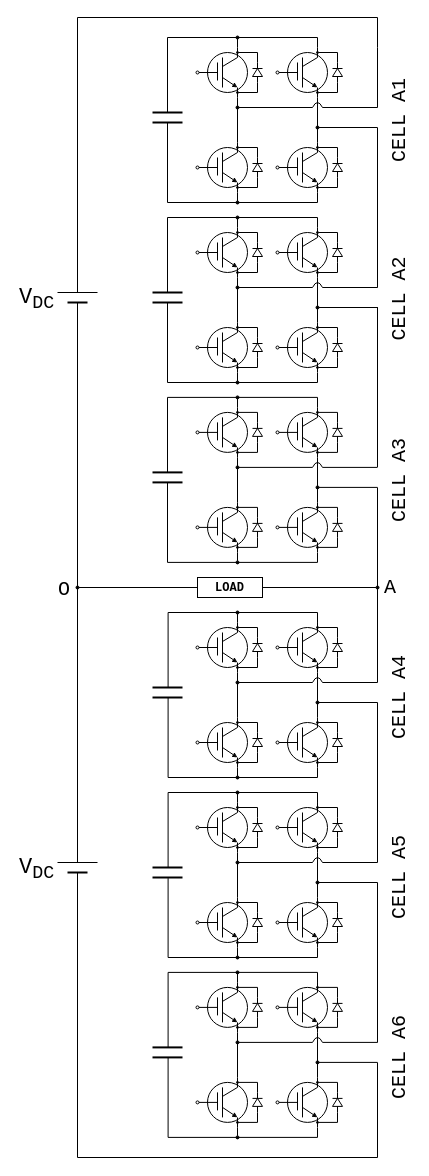
Above: 1PH_MMC_1LEG_v1.drawio in thece36/drawio (draw.io), before the change. Source tidied: cells renumbered, new cells numbered last; positions are measured from the earlier drawing's top-left corner, leaving out a move shared by most shapes. Both pictures are drawn from the tidied source at 100%, with x=0, y=0 at pixel (17, 17).
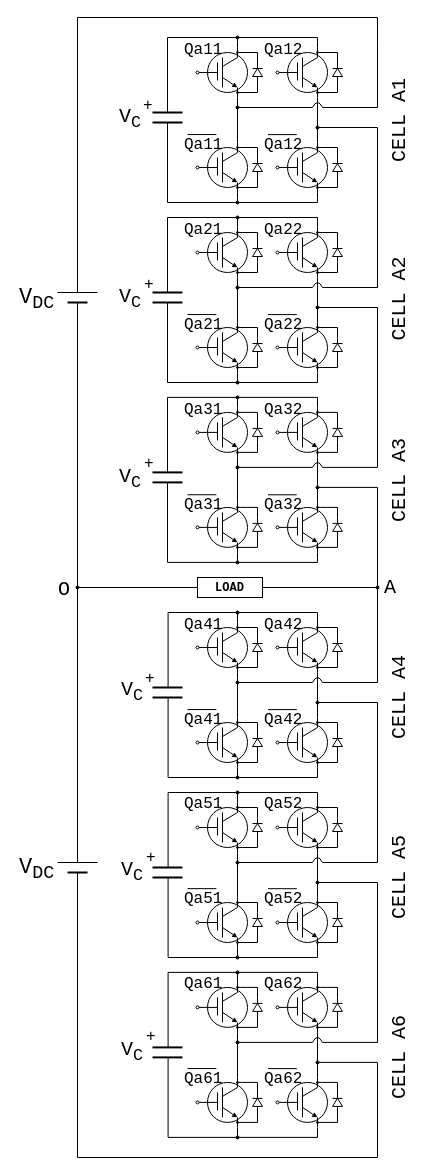
After the change.

The change refers to these unchanged cells:
```xml
<mxCell id="166" style="group;" parent="1" vertex="1">
  <mxGeometry x="260" y="484.9" width="65" height="50" as="geometry" />
</mxCell>
<mxCell id="226" style="group;" parent="1" vertex="1">
  <mxGeometry x="260" y="700" width="65" height="50" as="geometry" />
</mxCell>
```

Diff of the diagram source:
```diff
@@
-    <mxCell id="34" style="group;" parent="1" vertex="1">
-      <mxGeometry x="260" y="30" width="65" height="50" as="geometry" />
-    </mxCell>
-    <mxCell id="35" style="edgeStyle=orthogonalEdgeStyle;rounded=0;jettySize=auto;html=1;exitX=1;exitY=0.5;exitDx=0;exitDy=0;exitPerimeter=0;startArrow=none;startFill=0;startSize=3;endArrow=oval;endFill=1;endSize=2;fontSize=56;" parent="34" edge="1" source="37">
-      <mxGeometry relative="1" as="geometry">
-        <mxPoint x="40" y="5" as="targetPoint" />
-        <Array as="points">
-          <mxPoint x="60" y="5" />
-        </Array>
-      </mxGeometry>
-    </mxCell>
-    <mxCell id="36" style="edgeStyle=orthogonalEdgeStyle;rounded=0;jettySize=auto;html=1;exitX=0;exitY=0.5;exitDx=0;exitDy=0;exitPerimeter=0;startArrow=none;startFill=0;startSize=3;endArrow=oval;endFill=1;endSize=2;fontSize=56;" parent="34" edge="1" source="37">
-      <mxGeometry relative="1" as="geometry">
-        <mxPoint x="40" y="45" as="targetPoint" />
-        <Array as="points">
-          <mxPoint x="60" y="45" />
-        </Array>
-      </mxGeometry>
-    </mxCell>
-    <mxCell id="37" style="fillColor=#000000;verticalLabelPosition=bottom;shadow=0;dashed=0;align=center;fillColor=#ffffff;html=1;verticalAlign=top;strokeWidth=1;shape=mxgraph.electrical.diodes.diode;fontSize=56;direction=north;" parent="34" vertex="1">
-      <mxGeometry x="55" y="15" width="10" height="20" as="geometry" />
-    </mxCell>
-    <mxCell id="38" style="endArrow=classic;html=1;fontSize=56;endSize=3;" parent="34" edge="1">
-      <mxGeometry relative="1" as="geometry">
-        <mxPoint x="25" y="30" as="sourcePoint" />
-        <mxPoint x="40" y="40" as="targetPoint" />
-      </mxGeometry>
-    </mxCell>
-    <mxCell id="39" style="ellipse;whiteSpace=wrap;html=1;fillColor=none;" parent="34" vertex="1">
-      <mxGeometry x="10" y="5" width="40" height="40" as="geometry" />
-    </mxCell>
-    <mxCell id="40" style="endArrow=none;html=1;strokeWidth=1;" parent="34" edge="1">
-      <mxGeometry relative="1" as="geometry">
-        <mxPoint x="25" y="40" as="sourcePoint" />
-        <mxPoint x="25" y="10" as="targetPoint" />
-      </mxGeometry>
-    </mxCell>
-    <mxCell id="41" style="endArrow=none;html=1;strokeWidth=1;" parent="34" edge="1">
-      <mxGeometry relative="1" as="geometry">
-        <mxPoint x="20" y="33" as="sourcePoint" />
-        <mxPoint x="20" y="15" as="targetPoint" />
-      </mxGeometry>
-    </mxCell>
-    <mxCell id="42" style="endArrow=none;html=1;strokeWidth=1;" parent="34" edge="1">
-      <mxGeometry relative="1" as="geometry">
-        <mxPoint x="40" y="10" as="sourcePoint" />
-        <mxPoint x="25" y="19" as="targetPoint" />
-      </mxGeometry>
-    </mxCell>
-    <mxCell id="43" style="endArrow=none;html=1;strokeWidth=1;startArrow=oval;startFill=0;startSize=3;" parent="34" edge="1">
-      <mxGeometry relative="1" as="geometry">
-        <mxPoint y="25" as="sourcePoint" />
-        <mxPoint x="20" y="25" as="targetPoint" />
-      </mxGeometry>
-    </mxCell>
-    <mxCell id="44" style="endArrow=none;html=1;strokeWidth=1;" parent="34" edge="1">
-      <mxGeometry relative="1" as="geometry">
-        <mxPoint x="40" y="50" as="sourcePoint" />
-        <mxPoint x="40" y="40" as="targetPoint" />
-      </mxGeometry>
-    </mxCell>
-    <mxCell id="45" style="endArrow=none;html=1;strokeWidth=1;" parent="34" edge="1">
-      <mxGeometry relative="1" as="geometry">
-        <mxPoint x="40" y="10" as="sourcePoint" />
-        <mxPoint x="40" as="targetPoint" />
-      </mxGeometry>
-    </mxCell>
@@
     <mxCell id="67" style="group;" parent="1" vertex="1">
-      <mxGeometry x="180" y="210" width="65" height="50" as="geometry" />
+      <mxGeometry x="180" y="210" width="115.2" height="120" as="geometry" />
     </mxCell>
@@
+    <mxCell id="387" style="group;" parent="67" vertex="1">
+      <mxGeometry x="-15" y="-11" width="130" height="120" as="geometry" />
+    </mxCell>
+    <mxCell id="388" value="&lt;font style=&quot;font-size: 16px&quot; face=&quot;Courier New&quot;&gt;Qa21&lt;/font&gt;" style="text;html=1;align=left;verticalAlign=top;spacingTop=-4;fontSize=16;" parent="387" vertex="1">
+      <mxGeometry width="50" height="25" as="geometry" />
+    </mxCell>
+    <mxCell id="389" value="&lt;font style=&quot;font-size: 16px&quot; face=&quot;Courier New&quot;&gt;Qa21&lt;/font&gt;" style="text;html=1;points=[];align=left;verticalAlign=top;spacingTop=-4;fontSize=16;" parent="387" vertex="1">
+      <mxGeometry y="95" width="50" height="25" as="geometry" />
+    </mxCell>
+    <mxCell id="390" style="endArrow=none;html=1;strokeWidth=1;fontSize=16;entryX=0.677;entryY=0.122;entryDx=0;entryDy=0;entryPerimeter=0;exitX=0.1;exitY=0.122;exitDx=0;exitDy=0;exitPerimeter=0;" parent="387" edge="1" source="389" target="389">
+      <mxGeometry relative="1" as="geometry" />
+    </mxCell>
+    <mxCell id="391" value="&lt;font style=&quot;font-size: 16px&quot; face=&quot;Courier New&quot;&gt;Qa22&lt;/font&gt;" style="text;html=1;align=left;verticalAlign=top;spacingTop=-4;fontSize=16;" parent="387" vertex="1">
+      <mxGeometry x="80" width="50" height="25" as="geometry" />
+    </mxCell>
+    <mxCell id="392" value="&lt;font style=&quot;font-size: 16px&quot; face=&quot;Courier New&quot;&gt;Qa22&lt;/font&gt;" style="text;html=1;align=left;verticalAlign=top;spacingTop=-4;fontSize=16;" parent="387" vertex="1">
+      <mxGeometry x="80" y="95" width="50" height="25" as="geometry" />
+    </mxCell>
+    <mxCell id="393" style="endArrow=none;html=1;strokeWidth=1;fontSize=16;entryX=0.677;entryY=0.122;entryDx=0;entryDy=0;entryPerimeter=0;exitX=0.1;exitY=0.122;exitDx=0;exitDy=0;exitPerimeter=0;" parent="387" edge="1">
+      <mxGeometry relative="1" as="geometry">
+        <mxPoint x="85.5" y="98.1" as="sourcePoint" />
+        <mxPoint x="114.3" y="98.1" as="targetPoint" />
+      </mxGeometry>
+    </mxCell>
@@
+    <mxCell id="394" style="group;" parent="166" vertex="1">
+      <mxGeometry x="-95" y="-105.7" width="130" height="120" as="geometry" />
+    </mxCell>
+    <mxCell id="395" style="group;" parent="394" vertex="1">
+      <mxGeometry width="130" height="120" as="geometry" />
+    </mxCell>
+    <mxCell id="396" value="&lt;font style=&quot;font-size: 16px&quot; face=&quot;Courier New&quot;&gt;Qa31&lt;/font&gt;" style="text;html=1;align=left;verticalAlign=top;spacingTop=-4;fontSize=16;" parent="395" vertex="1">
+      <mxGeometry width="50" height="25" as="geometry" />
+    </mxCell>
+    <mxCell id="397" value="&lt;font style=&quot;font-size: 16px&quot; face=&quot;Courier New&quot;&gt;Qa31&lt;/font&gt;" style="text;html=1;points=[];align=left;verticalAlign=top;spacingTop=-4;fontSize=16;" parent="395" vertex="1">
+      <mxGeometry y="95" width="50" height="25" as="geometry" />
+    </mxCell>
+    <mxCell id="398" style="endArrow=none;html=1;strokeWidth=1;fontSize=16;entryX=0.677;entryY=0.122;entryDx=0;entryDy=0;entryPerimeter=0;exitX=0.1;exitY=0.122;exitDx=0;exitDy=0;exitPerimeter=0;" parent="395" edge="1" source="397" target="397">
+      <mxGeometry relative="1" as="geometry" />
+    </mxCell>
+    <mxCell id="399" value="&lt;font style=&quot;font-size: 16px&quot; face=&quot;Courier New&quot;&gt;Qa32&lt;/font&gt;" style="text;html=1;align=left;verticalAlign=top;spacingTop=-4;fontSize=16;" parent="395" vertex="1">
+      <mxGeometry x="80" width="50" height="25" as="geometry" />
+    </mxCell>
+    <mxCell id="400" value="&lt;font style=&quot;font-size: 16px&quot; face=&quot;Courier New&quot;&gt;Qa32&lt;/font&gt;" style="text;html=1;align=left;verticalAlign=top;spacingTop=-4;fontSize=16;" parent="395" vertex="1">
+      <mxGeometry x="80" y="95" width="50" height="25" as="geometry" />
+    </mxCell>
+    <mxCell id="401" style="endArrow=none;html=1;strokeWidth=1;fontSize=16;entryX=0.677;entryY=0.122;entryDx=0;entryDy=0;entryPerimeter=0;exitX=0.1;exitY=0.122;exitDx=0;exitDy=0;exitPerimeter=0;" parent="395" edge="1">
+      <mxGeometry relative="1" as="geometry">
+        <mxPoint x="85.5" y="98.1" as="sourcePoint" />
+        <mxPoint x="114.3" y="98.1" as="targetPoint" />
+      </mxGeometry>
+    </mxCell>
@@
+    <mxCell id="402" style="group;" parent="226" vertex="1">
+      <mxGeometry x="-95" y="-106" width="130" height="120" as="geometry" />
+    </mxCell>
+    <mxCell id="403" style="group;" parent="402" vertex="1">
+      <mxGeometry width="130" height="120" as="geometry" />
+    </mxCell>
+    <mxCell id="404" value="&lt;font style=&quot;font-size: 16px&quot; face=&quot;Courier New&quot;&gt;Qa41&lt;/font&gt;" style="text;html=1;align=left;verticalAlign=top;spacingTop=-4;fontSize=16;" parent="403" vertex="1">
+      <mxGeometry width="50" height="25" as="geometry" />
+    </mxCell>
+    <mxCell id="405" value="&lt;font style=&quot;font-size: 16px&quot; face=&quot;Courier New&quot;&gt;Qa41&lt;/font&gt;" style="text;html=1;points=[];align=left;verticalAlign=top;spacingTop=-4;fontSize=16;" parent="403" vertex="1">
+      <mxGeometry y="95" width="50" height="25" as="geometry" />
+    </mxCell>
+    <mxCell id="406" style="endArrow=none;html=1;strokeWidth=1;fontSize=16;entryX=0.677;entryY=0.122;entryDx=0;entryDy=0;entryPerimeter=0;exitX=0.1;exitY=0.122;exitDx=0;exitDy=0;exitPerimeter=0;" parent="403" edge="1" source="405" target="405">
+      <mxGeometry relative="1" as="geometry" />
+    </mxCell>
+    <mxCell id="407" value="&lt;font style=&quot;font-size: 16px&quot; face=&quot;Courier New&quot;&gt;Qa42&lt;/font&gt;" style="text;html=1;align=left;verticalAlign=top;spacingTop=-4;fontSize=16;" parent="403" vertex="1">
+      <mxGeometry x="80" width="50" height="25" as="geometry" />
+    </mxCell>
+    <mxCell id="408" value="&lt;font style=&quot;font-size: 16px&quot; face=&quot;Courier New&quot;&gt;Qa42&lt;/font&gt;" style="text;html=1;align=left;verticalAlign=top;spacingTop=-4;fontSize=16;" parent="403" vertex="1">
+      <mxGeometry x="80" y="95" width="50" height="25" as="geometry" />
+    </mxCell>
+    <mxCell id="409" style="endArrow=none;html=1;strokeWidth=1;fontSize=16;entryX=0.677;entryY=0.122;entryDx=0;entryDy=0;entryPerimeter=0;exitX=0.1;exitY=0.122;exitDx=0;exitDy=0;exitPerimeter=0;" parent="403" edge="1">
+      <mxGeometry relative="1" as="geometry">
+        <mxPoint x="85.5" y="98.1" as="sourcePoint" />
+        <mxPoint x="114.3" y="98.1" as="targetPoint" />
+      </mxGeometry>
+    </mxCell>
@@
+    <mxCell id="410" value="&lt;font style=&quot;font-size: 16px&quot; face=&quot;Courier New&quot;&gt;Qa11&lt;/font&gt;" style="text;html=1;align=left;verticalAlign=top;spacingTop=-4;fontSize=16;" parent="1" vertex="1">
+      <mxGeometry x="165" y="19" width="50" height="25" as="geometry" />
+    </mxCell>
+    <mxCell id="411" value="&lt;font style=&quot;font-size: 16px&quot; face=&quot;Courier New&quot;&gt;Qa11&lt;/font&gt;" style="text;html=1;points=[];align=left;verticalAlign=top;spacingTop=-4;fontSize=16;" parent="1" vertex="1">
+      <mxGeometry x="165" y="114" width="50" height="25" as="geometry" />
+    </mxCell>
+    <mxCell id="412" style="endArrow=none;html=1;strokeWidth=1;fontSize=16;entryX=0.677;entryY=0.122;entryDx=0;entryDy=0;entryPerimeter=0;exitX=0.1;exitY=0.122;exitDx=0;exitDy=0;exitPerimeter=0;" parent="1" edge="1" source="411" target="411">
+      <mxGeometry relative="1" as="geometry" />
+    </mxCell>
+    <mxCell id="35" style="edgeStyle=orthogonalEdgeStyle;rounded=0;jettySize=auto;html=1;exitX=1;exitY=0.5;exitDx=0;exitDy=0;exitPerimeter=0;startArrow=none;startFill=0;startSize=3;endArrow=oval;endFill=1;endSize=2;fontSize=56;" parent="1" edge="1" source="37">
+      <mxGeometry relative="1" as="geometry">
+        <mxPoint x="300" y="35" as="targetPoint" />
+        <Array as="points">
+          <mxPoint x="320" y="35" />
+        </Array>
+      </mxGeometry>
+    </mxCell>
+    <mxCell id="36" style="edgeStyle=orthogonalEdgeStyle;rounded=0;jettySize=auto;html=1;exitX=0;exitY=0.5;exitDx=0;exitDy=0;exitPerimeter=0;startArrow=none;startFill=0;startSize=3;endArrow=oval;endFill=1;endSize=2;fontSize=56;" parent="1" edge="1" source="37">
+      <mxGeometry relative="1" as="geometry">
+        <mxPoint x="300" y="75" as="targetPoint" />
+        <Array as="points">
+          <mxPoint x="320" y="75" />
+        </Array>
+      </mxGeometry>
+    </mxCell>
+    <mxCell id="37" style="fillColor=#000000;verticalLabelPosition=bottom;shadow=0;dashed=0;align=center;fillColor=#ffffff;html=1;verticalAlign=top;strokeWidth=1;shape=mxgraph.electrical.diodes.diode;fontSize=56;direction=north;" parent="1" vertex="1">
+      <mxGeometry x="315" y="45" width="10" height="20" as="geometry" />
+    </mxCell>
+    <mxCell id="38" style="endArrow=classic;html=1;fontSize=56;endSize=3;" parent="1" edge="1">
+      <mxGeometry relative="1" as="geometry">
+        <mxPoint x="285" y="60" as="sourcePoint" />
+        <mxPoint x="300" y="70" as="targetPoint" />
+      </mxGeometry>
+    </mxCell>
+    <mxCell id="39" style="ellipse;whiteSpace=wrap;html=1;fillColor=none;" parent="1" vertex="1">
+      <mxGeometry x="270" y="35" width="40" height="40" as="geometry" />
+    </mxCell>
+    <mxCell id="40" style="endArrow=none;html=1;strokeWidth=1;" parent="1" edge="1">
+      <mxGeometry relative="1" as="geometry">
+        <mxPoint x="285" y="70" as="sourcePoint" />
+        <mxPoint x="285" y="40" as="targetPoint" />
+      </mxGeometry>
+    </mxCell>
+    <mxCell id="41" style="endArrow=none;html=1;strokeWidth=1;" parent="1" edge="1">
+      <mxGeometry relative="1" as="geometry">
+        <mxPoint x="280" y="63" as="sourcePoint" />
+        <mxPoint x="280" y="45" as="targetPoint" />
+      </mxGeometry>
+    </mxCell>
+    <mxCell id="42" style="endArrow=none;html=1;strokeWidth=1;" parent="1" edge="1">
+      <mxGeometry relative="1" as="geometry">
+        <mxPoint x="300" y="40" as="sourcePoint" />
+        <mxPoint x="285" y="49" as="targetPoint" />
+      </mxGeometry>
+    </mxCell>
+    <mxCell id="43" style="endArrow=none;html=1;strokeWidth=1;startArrow=oval;startFill=0;startSize=3;" parent="1" edge="1">
+      <mxGeometry relative="1" as="geometry">
+        <mxPoint x="260" y="55" as="sourcePoint" />
+        <mxPoint x="280" y="55" as="targetPoint" />
+      </mxGeometry>
+    </mxCell>
+    <mxCell id="44" style="endArrow=none;html=1;strokeWidth=1;" parent="1" edge="1">
+      <mxGeometry relative="1" as="geometry">
+        <mxPoint x="300" y="80" as="sourcePoint" />
+        <mxPoint x="300" y="70" as="targetPoint" />
+      </mxGeometry>
+    </mxCell>
+    <mxCell id="45" style="endArrow=none;html=1;strokeWidth=1;" parent="1" edge="1">
+      <mxGeometry relative="1" as="geometry">
+        <mxPoint x="300" y="40" as="sourcePoint" />
+        <mxPoint x="300" y="30" as="targetPoint" />
+      </mxGeometry>
+    </mxCell>
+    <mxCell id="413" value="&lt;font style=&quot;font-size: 16px&quot; face=&quot;Courier New&quot;&gt;Qa12&lt;/font&gt;" style="text;html=1;align=left;verticalAlign=top;spacingTop=-4;fontSize=16;" parent="1" vertex="1">
+      <mxGeometry x="245" y="19" width="50" height="25" as="geometry" />
+    </mxCell>
+    <mxCell id="414" value="&lt;font style=&quot;font-size: 16px&quot; face=&quot;Courier New&quot;&gt;Qa12&lt;/font&gt;" style="text;html=1;align=left;verticalAlign=top;spacingTop=-4;fontSize=16;" parent="1" vertex="1">
+      <mxGeometry x="245" y="114" width="50" height="25" as="geometry" />
+    </mxCell>
+    <mxCell id="415" style="endArrow=none;html=1;strokeWidth=1;fontSize=16;entryX=0.677;entryY=0.122;entryDx=0;entryDy=0;entryPerimeter=0;exitX=0.1;exitY=0.122;exitDx=0;exitDy=0;exitPerimeter=0;" parent="1" edge="1">
+      <mxGeometry relative="1" as="geometry">
+        <mxPoint x="250.5" y="117.1" as="sourcePoint" />
+        <mxPoint x="279.3" y="117.1" as="targetPoint" />
+      </mxGeometry>
+    </mxCell>
+    <mxCell id="416" style="group;" parent="1" vertex="1">
+      <mxGeometry x="165" y="773.1" width="130" height="120" as="geometry" />
+    </mxCell>
+    <mxCell id="417" style="group;" parent="416" vertex="1">
+      <mxGeometry width="130" height="120" as="geometry" />
+    </mxCell>
+    <mxCell id="418" value="&lt;font style=&quot;font-size: 16px&quot; face=&quot;Courier New&quot;&gt;Qa51&lt;/font&gt;" style="text;html=1;align=left;verticalAlign=top;spacingTop=-4;fontSize=16;" parent="417" vertex="1">
+      <mxGeometry width="50" height="25" as="geometry" />
+    </mxCell>
+    <mxCell id="419" value="&lt;font style=&quot;font-size: 16px&quot; face=&quot;Courier New&quot;&gt;Qa51&lt;/font&gt;" style="text;html=1;points=[];align=left;verticalAlign=top;spacingTop=-4;fontSize=16;" parent="417" vertex="1">
+      <mxGeometry y="95" width="50" height="25" as="geometry" />
+    </mxCell>
+    <mxCell id="420" style="endArrow=none;html=1;strokeWidth=1;fontSize=16;entryX=0.677;entryY=0.122;entryDx=0;entryDy=0;entryPerimeter=0;exitX=0.1;exitY=0.122;exitDx=0;exitDy=0;exitPerimeter=0;" parent="417" edge="1" source="419" target="419">
+      <mxGeometry relative="1" as="geometry" />
+    </mxCell>
+    <mxCell id="421" value="&lt;font style=&quot;font-size: 16px&quot; face=&quot;Courier New&quot;&gt;Qa52&lt;/font&gt;" style="text;html=1;align=left;verticalAlign=top;spacingTop=-4;fontSize=16;" parent="417" vertex="1">
+      <mxGeometry x="80" width="50" height="25" as="geometry" />
+    </mxCell>
+    <mxCell id="422" value="&lt;font style=&quot;font-size: 16px&quot; face=&quot;Courier New&quot;&gt;Qa52&lt;/font&gt;" style="text;html=1;align=left;verticalAlign=top;spacingTop=-4;fontSize=16;" parent="417" vertex="1">
+      <mxGeometry x="80" y="95" width="50" height="25" as="geometry" />
+    </mxCell>
+    <mxCell id="423" style="endArrow=none;html=1;strokeWidth=1;fontSize=16;entryX=0.677;entryY=0.122;entryDx=0;entryDy=0;entryPerimeter=0;exitX=0.1;exitY=0.122;exitDx=0;exitDy=0;exitPerimeter=0;" parent="417" edge="1">
+      <mxGeometry relative="1" as="geometry">
+        <mxPoint x="85.5" y="98.1" as="sourcePoint" />
+        <mxPoint x="114.3" y="98.1" as="targetPoint" />
+      </mxGeometry>
+    </mxCell>
+    <mxCell id="424" style="group;" parent="1" vertex="1">
+      <mxGeometry x="165" y="953" width="130" height="120" as="geometry" />
+    </mxCell>
+    <mxCell id="425" style="group;" parent="424" vertex="1">
+      <mxGeometry width="130" height="120" as="geometry" />
+    </mxCell>
+    <mxCell id="426" value="&lt;font style=&quot;font-size: 16px&quot; face=&quot;Courier New&quot;&gt;Qa61&lt;/font&gt;" style="text;html=1;align=left;verticalAlign=top;spacingTop=-4;fontSize=16;" parent="425" vertex="1">
+      <mxGeometry width="50" height="25" as="geometry" />
+    </mxCell>
+    <mxCell id="427" value="&lt;font style=&quot;font-size: 16px&quot; face=&quot;Courier New&quot;&gt;Qa61&lt;/font&gt;" style="text;html=1;points=[];align=left;verticalAlign=top;spacingTop=-4;fontSize=16;" parent="425" vertex="1">
+      <mxGeometry y="95" width="50" height="25" as="geometry" />
+    </mxCell>
+    <mxCell id="428" style="endArrow=none;html=1;strokeWidth=1;fontSize=16;entryX=0.677;entryY=0.122;entryDx=0;entryDy=0;entryPerimeter=0;exitX=0.1;exitY=0.122;exitDx=0;exitDy=0;exitPerimeter=0;" parent="425" edge="1" source="427" target="427">
+      <mxGeometry relative="1" as="geometry" />
+    </mxCell>
+    <mxCell id="429" value="&lt;font style=&quot;font-size: 16px&quot; face=&quot;Courier New&quot;&gt;Qa62&lt;/font&gt;" style="text;html=1;align=left;verticalAlign=top;spacingTop=-4;fontSize=16;" parent="425" vertex="1">
+      <mxGeometry x="80" width="50" height="25" as="geometry" />
+    </mxCell>
+    <mxCell id="430" value="&lt;font style=&quot;font-size: 16px&quot; face=&quot;Courier New&quot;&gt;Qa62&lt;/font&gt;" style="text;html=1;align=left;verticalAlign=top;spacingTop=-4;fontSize=16;" parent="425" vertex="1">
+      <mxGeometry x="80" y="95" width="50" height="25" as="geometry" />
+    </mxCell>
+    <mxCell id="431" style="endArrow=none;html=1;strokeWidth=1;fontSize=16;entryX=0.677;entryY=0.122;entryDx=0;entryDy=0;entryPerimeter=0;exitX=0.1;exitY=0.122;exitDx=0;exitDy=0;exitPerimeter=0;" parent="425" edge="1">
+      <mxGeometry relative="1" as="geometry">
+        <mxPoint x="85.5" y="98.1" as="sourcePoint" />
+        <mxPoint x="114.3" y="98.1" as="targetPoint" />
+      </mxGeometry>
+    </mxCell>
+    <mxCell id="432" value="&lt;font style=&quot;font-size: 20px&quot; face=&quot;Courier New&quot;&gt;V&lt;sub&gt;C&lt;/sub&gt;&lt;/font&gt;" style="text;html=1;align=left;verticalAlign=top;spacingTop=-4;fontSize=16;" parent="1" vertex="1">
+      <mxGeometry x="100" y="85" width="35" height="30" as="geometry" />
+    </mxCell>
+    <mxCell id="433" value="&lt;font style=&quot;font-size: 20px&quot; face=&quot;Courier New&quot;&gt;V&lt;sub&gt;C&lt;/sub&gt;&lt;/font&gt;" style="text;html=1;align=left;verticalAlign=top;spacingTop=-4;fontSize=16;" parent="1" vertex="1">
+      <mxGeometry x="100" y="265" width="35" height="30" as="geometry" />
+    </mxCell>
+    <mxCell id="434" value="&lt;font style=&quot;font-size: 20px&quot; face=&quot;Courier New&quot;&gt;V&lt;sub&gt;C&lt;/sub&gt;&lt;/font&gt;" style="text;html=1;align=left;verticalAlign=top;spacingTop=-4;fontSize=16;" parent="1" vertex="1">
+      <mxGeometry x="100" y="444.9" width="35" height="30" as="geometry" />
+    </mxCell>
+    <mxCell id="435" value="+" style="text;html=1;align=left;verticalAlign=top;spacingTop=-4;fontSize=16;fontFamily=Courier New;" parent="1" vertex="1">
+      <mxGeometry x="124" y="76.5" width="20" height="25" as="geometry" />
+    </mxCell>
+    <mxCell id="436" value="+" style="text;html=1;align=left;verticalAlign=top;spacingTop=-4;fontSize=16;fontFamily=Courier New;" parent="1" vertex="1">
+      <mxGeometry x="125" y="256" width="20" height="25" as="geometry" />
+    </mxCell>
+    <mxCell id="437" value="+" style="text;html=1;align=left;verticalAlign=top;spacingTop=-4;fontSize=16;fontFamily=Courier New;" parent="1" vertex="1">
+      <mxGeometry x="125" y="434.5" width="20" height="25" as="geometry" />
+    </mxCell>
+    <mxCell id="438" value="&lt;font style=&quot;font-size: 20px&quot; face=&quot;Courier New&quot;&gt;V&lt;sub&gt;C&lt;/sub&gt;&lt;/font&gt;" style="text;html=1;align=left;verticalAlign=top;spacingTop=-4;fontSize=16;" parent="1" vertex="1">
+      <mxGeometry x="102" y="658.4" width="35" height="30" as="geometry" />
+    </mxCell>
+    <mxCell id="439" value="&lt;font style=&quot;font-size: 20px&quot; face=&quot;Courier New&quot;&gt;V&lt;sub&gt;C&lt;/sub&gt;&lt;/font&gt;" style="text;html=1;align=left;verticalAlign=top;spacingTop=-4;fontSize=16;" parent="1" vertex="1">
+      <mxGeometry x="102" y="838.4" width="35" height="30" as="geometry" />
+    </mxCell>
+    <mxCell id="440" value="&lt;font style=&quot;font-size: 20px&quot; face=&quot;Courier New&quot;&gt;V&lt;sub&gt;C&lt;/sub&gt;&lt;/font&gt;" style="text;html=1;align=left;verticalAlign=top;spacingTop=-4;fontSize=16;" parent="1" vertex="1">
+      <mxGeometry x="102" y="1018.3" width="35" height="30" as="geometry" />
+    </mxCell>
+    <mxCell id="441" value="+" style="text;html=1;align=left;verticalAlign=top;spacingTop=-4;fontSize=16;fontFamily=Courier New;" parent="1" vertex="1">
+      <mxGeometry x="126" y="649.9" width="20" height="25" as="geometry" />
+    </mxCell>
+    <mxCell id="442" value="+" style="text;html=1;align=left;verticalAlign=top;spacingTop=-4;fontSize=16;fontFamily=Courier New;" parent="1" vertex="1">
+      <mxGeometry x="127" y="829.4" width="20" height="25" as="geometry" />
+    </mxCell>
+    <mxCell id="443" value="+" style="text;html=1;align=left;verticalAlign=top;spacingTop=-4;fontSize=16;fontFamily=Courier New;" parent="1" vertex="1">
+      <mxGeometry x="127" y="1007.9" width="20" height="25" as="geometry" />
+    </mxCell>
```
